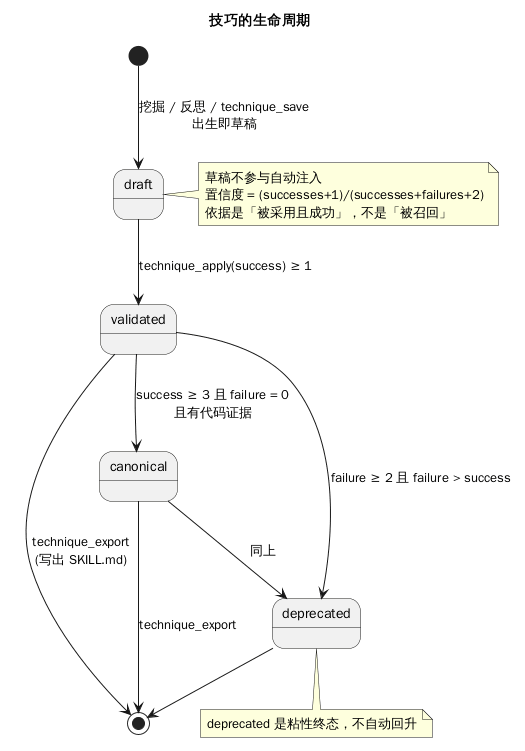
The PlantUML diagram docs/rendered/dsh-memory-layer-technique-lifecycle.png in raitpor/dsh-memory-layer, before a commit.
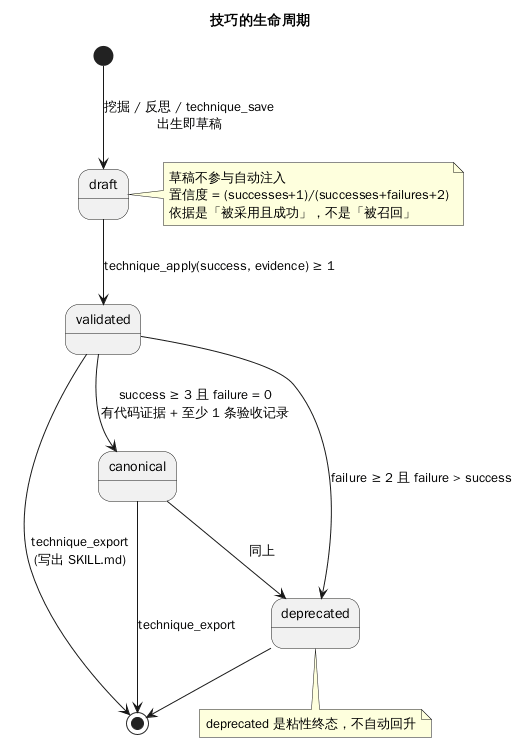
The same file after the commit.

The edit, as a diff of the source:
```diff
@@ -4,8 +4,8 @@
 skinparam shadowing false
 
 [*] --> draft : 挖掘 / 反思 / technique_save\n出生即草稿
-draft --> validated : technique_apply(success) ≥ 1
-validated --> canonical : success ≥ 3 且 failure = 0\n且有代码证据
+draft --> validated : technique_apply(success, evidence) ≥ 1
+validated --> canonical : success ≥ 3 且 failure = 0\n有代码证据 + 至少 1 条验收记录
 validated --> deprecated : failure ≥ 2 且 failure > success
 canonical --> deprecated : 同上
 validated --> [*] : technique_export\n(写出 SKILL.md)
```
